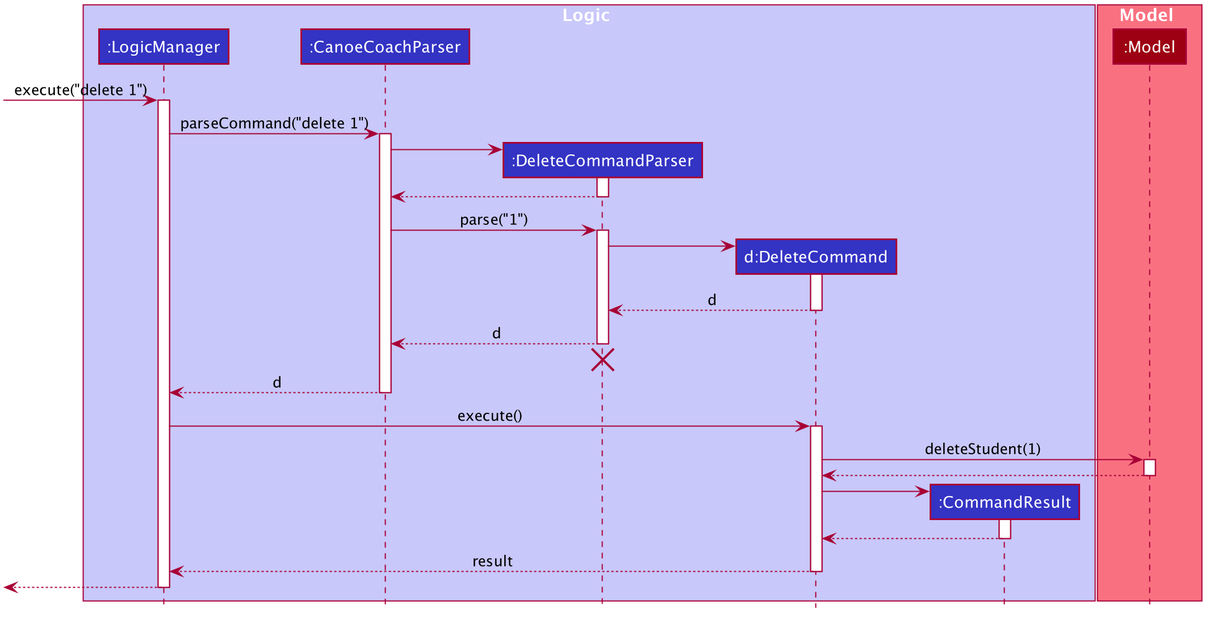
The PlantUML diagram docs/images/DeleteSequenceDiagram.png in sudogene/tp, before a commit. Source of this version:
```plantuml
@startuml








skinparam BackgroundColor #FFFFFFF

skinparam Shadowing false

skinparam Class {
    FontColor #FFFFFF
    BorderThickness 1
    BorderColor #FFFFFF
    StereotypeFontColor #FFFFFF
    FontName Arial
}

skinparam Actor {
    BorderColor #000000
    Color #000000
    FontName Arial
}

skinparam Sequence {
    MessageAlign center
    BoxFontSize 15
    BoxPadding 0
    BoxFontColor #FFFFFF
    FontName Arial
}

skinparam Participant {
    FontColor #FFFFFFF
    Padding 20
}

skinparam MinClassWidth 50
skinparam ParticipantPadding 10
skinparam Shadowing false
skinparam DefaultTextAlignment center
skinparam packageStyle Rectangle

hide footbox
hide members
hide circle

box Logic #C8C8FA
participant ":LogicManager" as LogicManager #3333C4
participant ":CanoeCoachParser" as CanoeCoachParser #3333C4
participant ":DeleteCommandParser" as DeleteCommandParser #3333C4
participant "d:DeleteCommand" as DeleteCommand #3333C4
participant ":CommandResult" as CommandResult #3333C4
end box

box Model #F97181
participant ":Model" as Model #9D0012
end box

[-> LogicManager : execute("delete 1")
activate LogicManager

LogicManager -> CanoeCoachParser : parseCommand("delete 1")
activate CanoeCoachParser

create DeleteCommandParser
CanoeCoachParser -> DeleteCommandParser
activate DeleteCommandParser

DeleteCommandParser --> CanoeCoachParser
deactivate DeleteCommandParser

CanoeCoachParser -> DeleteCommandParser : parse("1")
activate DeleteCommandParser

create DeleteCommand
DeleteCommandParser -> DeleteCommand
activate DeleteCommand

DeleteCommand --> DeleteCommandParser : d
deactivate DeleteCommand

DeleteCommandParser --> CanoeCoachParser : d
deactivate DeleteCommandParser
DeleteCommandParser -[hidden]-> CanoeCoachParser
destroy DeleteCommandParser

CanoeCoachParser --> LogicManager : d
deactivate CanoeCoachParser

LogicManager -> DeleteCommand : execute()
activate DeleteCommand

DeleteCommand -> Model : deleteStudent(1)
activate Model

Model --> DeleteCommand
deactivate Model

create CommandResult
DeleteCommand -> CommandResult
activate CommandResult

CommandResult --> DeleteCommand
deactivate CommandResult

DeleteCommand --> LogicManager : result
deactivate DeleteCommand

[<--LogicManager
deactivate LogicManager
@enduml
```
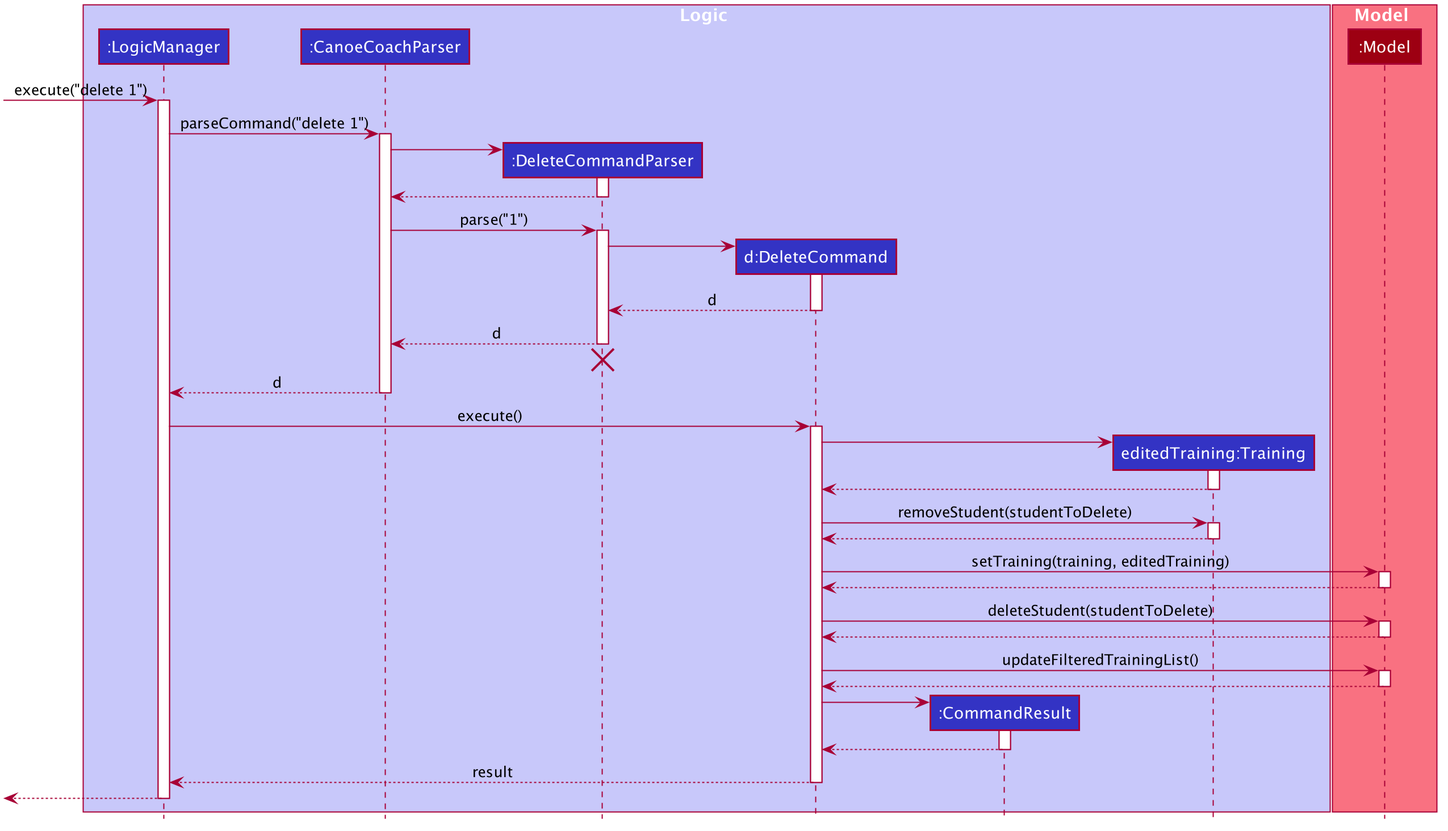
Above is the later version.

Change to the diagram source:
```diff
@@ -54,6 +54,7 @@
 participant ":DeleteCommandParser" as DeleteCommandParser #3333C4
 participant "d:DeleteCommand" as DeleteCommand #3333C4
 participant ":CommandResult" as CommandResult #3333C4
+participant "editedTraining:Training" as Training #3333C4
 end box
 
 box Model #F97181
@@ -94,7 +95,32 @@
 LogicManager -> DeleteCommand : execute()
 activate DeleteCommand
 
-DeleteCommand -> Model : deleteStudent(1)
+create Training
+DeleteCommand -> Training
+activate Training
+
+Training --> DeleteCommand
+deactivate Training
+
+DeleteCommand -> Training : removeStudent(studentToDelete)
+activate Training
+
+Training --> DeleteCommand
+deactivate Training
+
+DeleteCommand -> Model : setTraining(training, editedTraining)
+activate Model
+
+Model --> DeleteCommand
+deactivate Model
+
+DeleteCommand -> Model : deleteStudent(studentToDelete)
+activate Model
+
+Model --> DeleteCommand
+deactivate Model
+
+DeleteCommand -> Model : updateFilteredTrainingList()
 activate Model
 
 Model --> DeleteCommand
```
